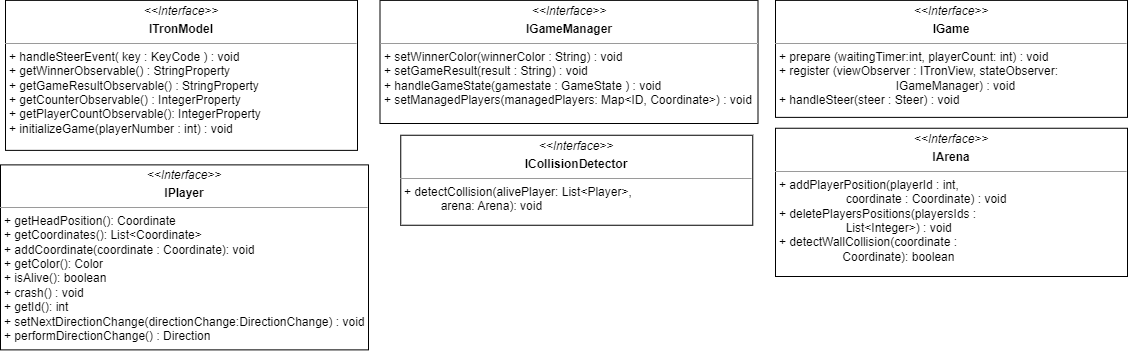
The draw.io diagram Dokumentation/App/diagrams/bs_layer3_model_interfaces.png in sckoenig/Distributed-Tron, before a commit. Source tidied: cells renumbered, new cells last; positions are measured from the earlier drawing's top-left corner, leaving out a move shared by most shapes.
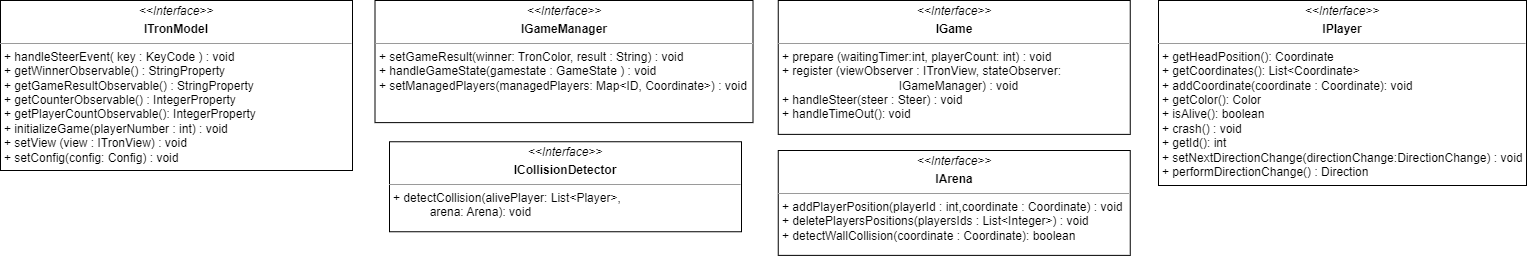
Later version of the same file.

Change to the diagram source:
```diff
@@ -3,22 +3,22 @@
     <mxCell id="0" />
     <mxCell id="1" parent="0" />
     <mxCell id="2" value="&lt;p style=&quot;margin:0px;margin-top:4px;text-align:center;&quot;&gt;&lt;i&gt;&amp;lt;&amp;lt;Interface&lt;/i&gt;&lt;i style=&quot;background-color: initial;&quot;&gt;&amp;gt;&amp;gt;&lt;/i&gt;&lt;/p&gt;&lt;p style=&quot;margin:0px;margin-top:4px;text-align:center;&quot;&gt;&lt;b&gt;IPlayer&lt;/b&gt;&lt;/p&gt;&lt;hr size=&quot;1&quot;&gt;&lt;p style=&quot;margin: 0px 0px 0px 4px;&quot;&gt;+ getHeadPosition(): Coordinate&lt;br style=&quot;padding: 0px; margin: 0px;&quot;&gt;+ getCoordinates(): List&amp;lt;Coordinate&amp;gt;&lt;br style=&quot;padding: 0px; margin: 0px;&quot;&gt;+ addCoordinate(coordinate : Coordinate): void&lt;br style=&quot;padding: 0px; margin: 0px;&quot;&gt;+ getColor(): Color&lt;br style=&quot;padding: 0px; margin: 0px;&quot;&gt;+ isAlive(): boolean&lt;br style=&quot;padding: 0px; margin: 0px;&quot;&gt;+ crash() : void&lt;br style=&quot;padding: 0px; margin: 0px;&quot;&gt;+ getId(): int&lt;/p&gt;&lt;p style=&quot;margin: 0px 0px 0px 4px;&quot;&gt;+ setNextDirectionChange(directionChange:DirectionChange) : void&lt;br style=&quot;padding: 0px; margin: 0px;&quot;&gt;+ performDirectionChange() : Direction&lt;/p&gt;&lt;p style=&quot;margin: 0px 0px 0px 4px;&quot;&gt;&lt;br&gt;&lt;/p&gt;" style="verticalAlign=top;align=left;overflow=fill;fontSize=12;fontFamily=Helvetica;html=1;" parent="1" vertex="1">
-      <mxGeometry y="164.4" width="368" height="185" as="geometry" />
+      <mxGeometry x="1163" y="-37" width="368" height="185" as="geometry" />
     </mxCell>
     <mxCell id="3" value="&lt;p style=&quot;margin:0px;margin-top:4px;text-align:center;&quot;&gt;&lt;i&gt;&amp;lt;&amp;lt;Interface&lt;/i&gt;&lt;i style=&quot;background-color: initial;&quot;&gt;&amp;gt;&amp;gt;&lt;/i&gt;&lt;/p&gt;&lt;p style=&quot;margin:0px;margin-top:4px;text-align:center;&quot;&gt;&lt;b&gt;ICollisionDetector&lt;/b&gt;&lt;br&gt;&lt;/p&gt;&lt;hr size=&quot;1&quot;&gt;&lt;p style=&quot;margin: 0px 0px 0px 4px;&quot;&gt;+ detectCollision(alivePlayer: List&amp;lt;Player&amp;gt;,&amp;nbsp;&lt;/p&gt;&lt;p style=&quot;margin: 0px 0px 0px 4px;&quot;&gt;&amp;nbsp; &amp;nbsp; &amp;nbsp; &amp;nbsp; &amp;nbsp; &amp;nbsp;arena: Arena): void&lt;br&gt;&lt;/p&gt;&lt;p style=&quot;margin: 0px 0px 0px 4px;&quot;&gt;&lt;br&gt;&lt;/p&gt;" style="verticalAlign=top;align=left;overflow=fill;fontSize=12;fontFamily=Helvetica;html=1;" parent="1" vertex="1">
-      <mxGeometry x="400.2" y="134.8" width="352" height="90" as="geometry" />
+      <mxGeometry x="394" y="104.2" width="352" height="90" as="geometry" />
     </mxCell>
-    <mxCell id="4" value="&lt;p style=&quot;margin:0px;margin-top:4px;text-align:center;&quot;&gt;&lt;i&gt;&amp;lt;&amp;lt;Interface&lt;/i&gt;&lt;i style=&quot;background-color: initial;&quot;&gt;&amp;gt;&amp;gt;&lt;/i&gt;&lt;/p&gt;&lt;p style=&quot;margin:0px;margin-top:4px;text-align:center;&quot;&gt;&lt;b&gt;IArena&lt;/b&gt;&lt;/p&gt;&lt;hr size=&quot;1&quot;&gt;&lt;p style=&quot;margin: 0px 0px 0px 4px;&quot;&gt;+ addPlayerPosition(playerId : int,&lt;br style=&quot;padding: 0px; margin: 0px;&quot;&gt;&amp;nbsp; &amp;nbsp; &amp;nbsp; &amp;nbsp; &amp;nbsp; &amp;nbsp; &amp;nbsp; &amp;nbsp; &amp;nbsp; &amp;nbsp; coordinate : Coordinate) : void&lt;br style=&quot;padding: 0px; margin: 0px;&quot;&gt;+ deletePlayersPositions(playersIds :&amp;nbsp;&lt;/p&gt;&lt;p style=&quot;margin: 0px 0px 0px 4px;&quot;&gt;&amp;nbsp; &amp;nbsp; &amp;nbsp; &amp;nbsp; &amp;nbsp; &amp;nbsp; &amp;nbsp; &amp;nbsp; &amp;nbsp; &amp;nbsp; List&amp;lt;Integer&amp;gt;) : void&lt;br style=&quot;padding: 0px; margin: 0px;&quot;&gt;+ detectWallCollision(coordinate :&amp;nbsp;&lt;/p&gt;&lt;p style=&quot;margin: 0px 0px 0px 4px;&quot;&gt;&amp;nbsp; &amp;nbsp; &amp;nbsp; &amp;nbsp; &amp;nbsp; &amp;nbsp; &amp;nbsp; &amp;nbsp; &amp;nbsp; &amp;nbsp;Coordinate): boolean&lt;br&gt;&lt;/p&gt;" style="verticalAlign=top;align=left;overflow=fill;fontSize=12;fontFamily=Helvetica;html=1;" parent="1" vertex="1">
-      <mxGeometry x="775" y="127.8" width="352" height="148.2" as="geometry" />
+    <mxCell id="4" value="&lt;p style=&quot;margin:0px;margin-top:4px;text-align:center;&quot;&gt;&lt;i&gt;&amp;lt;&amp;lt;Interface&lt;/i&gt;&lt;i style=&quot;background-color: initial;&quot;&gt;&amp;gt;&amp;gt;&lt;/i&gt;&lt;/p&gt;&lt;p style=&quot;margin:0px;margin-top:4px;text-align:center;&quot;&gt;&lt;b&gt;IArena&lt;/b&gt;&lt;/p&gt;&lt;hr size=&quot;1&quot;&gt;&lt;p style=&quot;margin: 0px 0px 0px 4px;&quot;&gt;+ addPlayerPosition(playerId : int,coordinate : Coordinate) : void&lt;br style=&quot;padding: 0px; margin: 0px;&quot;&gt;+ deletePlayersPositions(playersIds :&amp;nbsp;&lt;span style=&quot;background-color: initial;&quot;&gt;List&amp;lt;Integer&amp;gt;) : void&lt;/span&gt;&lt;/p&gt;&lt;p style=&quot;margin: 0px 0px 0px 4px;&quot;&gt;+ detectWallCollision(coordinate :&amp;nbsp;&lt;span style=&quot;background-color: initial;&quot;&gt;Coordinate): boolean&lt;/span&gt;&lt;/p&gt;" style="verticalAlign=top;align=left;overflow=fill;fontSize=12;fontFamily=Helvetica;html=1;" parent="1" vertex="1">
+      <mxGeometry x="782.8" y="113" width="352" height="104.9" as="geometry" />
     </mxCell>
-    <mxCell id="5" value="&lt;p style=&quot;margin:0px;margin-top:4px;text-align:center;&quot;&gt;&lt;i&gt;&amp;lt;&amp;lt;Interface&lt;/i&gt;&lt;i style=&quot;background-color: initial;&quot;&gt;&amp;gt;&amp;gt;&lt;/i&gt;&lt;/p&gt;&lt;p style=&quot;margin:0px;margin-top:4px;text-align:center;&quot;&gt;&lt;b&gt;IGame&lt;/b&gt;&lt;/p&gt;&lt;hr size=&quot;1&quot;&gt;&lt;p style=&quot;margin:0px;margin-left:4px;&quot;&gt;+ prepare (waitingTimer:int,&amp;nbsp;&lt;span style=&quot;background-color: initial;&quot;&gt;playerCount: int) : void&lt;/span&gt;&lt;/p&gt;&lt;p style=&quot;margin:0px;margin-left:4px;&quot;&gt;+ register (viewObserver : ITronView, stateObserver:&amp;nbsp;&lt;/p&gt;&lt;p style=&quot;margin:0px;margin-left:4px;&quot;&gt;&amp;nbsp; &amp;nbsp; &amp;nbsp; &amp;nbsp; &amp;nbsp; &amp;nbsp; &amp;nbsp; &amp;nbsp; &amp;nbsp; &amp;nbsp; &amp;nbsp; &amp;nbsp; &amp;nbsp; &amp;nbsp; &amp;nbsp; &amp;nbsp; &amp;nbsp; &amp;nbsp;IGameManager) : void&lt;br&gt;&lt;/p&gt;&lt;p style=&quot;margin:0px;margin-left:4px;&quot;&gt;+ &lt;span style=&quot;background-color: initial;&quot;&gt;handleSteer(steer : Steer) : void&lt;/span&gt;&lt;/p&gt;" style="verticalAlign=top;align=left;overflow=fill;fontSize=12;fontFamily=Helvetica;html=1;" parent="1" vertex="1">
-      <mxGeometry x="775" y="-0.1" width="352" height="117" as="geometry" />
+    <mxCell id="5" value="&lt;p style=&quot;margin:0px;margin-top:4px;text-align:center;&quot;&gt;&lt;i&gt;&amp;lt;&amp;lt;Interface&lt;/i&gt;&lt;i style=&quot;background-color: initial;&quot;&gt;&amp;gt;&amp;gt;&lt;/i&gt;&lt;/p&gt;&lt;p style=&quot;margin:0px;margin-top:4px;text-align:center;&quot;&gt;&lt;b&gt;IGame&lt;/b&gt;&lt;/p&gt;&lt;hr size=&quot;1&quot;&gt;&lt;p style=&quot;margin:0px;margin-left:4px;&quot;&gt;+ prepare (waitingTimer:int,&amp;nbsp;&lt;span style=&quot;background-color: initial;&quot;&gt;playerCount: int) : void&lt;/span&gt;&lt;/p&gt;&lt;p style=&quot;margin:0px;margin-left:4px;&quot;&gt;+ register (viewObserver : ITronView, stateObserver:&amp;nbsp;&lt;/p&gt;&lt;p style=&quot;margin:0px;margin-left:4px;&quot;&gt;&amp;nbsp; &amp;nbsp; &amp;nbsp; &amp;nbsp; &amp;nbsp; &amp;nbsp; &amp;nbsp; &amp;nbsp; &amp;nbsp; &amp;nbsp; &amp;nbsp; &amp;nbsp; &amp;nbsp; &amp;nbsp; &amp;nbsp; &amp;nbsp; &amp;nbsp; &amp;nbsp;IGameManager) : void&lt;br&gt;&lt;/p&gt;&lt;p style=&quot;margin:0px;margin-left:4px;&quot;&gt;+ &lt;span style=&quot;background-color: initial;&quot;&gt;handleSteer(steer : Steer) : void&lt;/span&gt;&lt;/p&gt;&lt;p style=&quot;margin:0px;margin-left:4px;&quot;&gt;&lt;span style=&quot;background-color: initial;&quot;&gt;+ handleTimeOut(): void&lt;/span&gt;&lt;/p&gt;" style="verticalAlign=top;align=left;overflow=fill;fontSize=12;fontFamily=Helvetica;html=1;" parent="1" vertex="1">
+      <mxGeometry x="782.8" y="-37" width="352" height="133.9" as="geometry" />
     </mxCell>
-    <mxCell id="6" value="&lt;p style=&quot;margin:0px;margin-top:4px;text-align:center;&quot;&gt;&lt;i&gt;&amp;lt;&amp;lt;Interface&lt;/i&gt;&lt;i style=&quot;background-color: initial;&quot;&gt;&amp;gt;&amp;gt;&lt;/i&gt;&lt;/p&gt;&lt;p style=&quot;margin:0px;margin-top:4px;text-align:center;&quot;&gt;&lt;b&gt;ITronModel&lt;/b&gt;&lt;/p&gt;&lt;hr size=&quot;1&quot;&gt;&lt;p style=&quot;margin:0px;margin-left:4px;&quot;&gt;&lt;span style=&quot;background-color: initial;&quot;&gt;+ handleSteerEvent( key : KeyCode ) : void&lt;/span&gt;&lt;br&gt;&lt;/p&gt;&lt;p style=&quot;margin:0px;margin-left:4px;&quot;&gt;&lt;span style=&quot;background-color: initial;&quot;&gt;+ getWinnerObservable() : StringProperty&lt;/span&gt;&lt;br&gt;&lt;/p&gt;&lt;p style=&quot;margin:0px;margin-left:4px;&quot;&gt;+ getGameResultObservable() : StringProperty&lt;/p&gt;&lt;p style=&quot;margin:0px;margin-left:4px;&quot;&gt;+ getCounterObservable() : IntegerProperty&lt;/p&gt;&lt;p style=&quot;margin:0px;margin-left:4px;&quot;&gt;+ getPlayerCountObservable(): IntegerProperty&lt;/p&gt;&lt;p style=&quot;margin:0px;margin-left:4px;&quot;&gt;+ initializeGame(playerNumber : int) : void&lt;/p&gt;" style="verticalAlign=top;align=left;overflow=fill;fontSize=12;fontFamily=Helvetica;html=1;" parent="1" vertex="1">
-      <mxGeometry x="5" y="-0.1" width="352" height="150" as="geometry" />
+    <mxCell id="6" value="&lt;p style=&quot;margin:0px;margin-top:4px;text-align:center;&quot;&gt;&lt;i&gt;&amp;lt;&amp;lt;Interface&lt;/i&gt;&lt;i style=&quot;background-color: initial;&quot;&gt;&amp;gt;&amp;gt;&lt;/i&gt;&lt;/p&gt;&lt;p style=&quot;margin:0px;margin-top:4px;text-align:center;&quot;&gt;&lt;b&gt;ITronModel&lt;/b&gt;&lt;/p&gt;&lt;hr size=&quot;1&quot;&gt;&lt;p style=&quot;margin:0px;margin-left:4px;&quot;&gt;&lt;span style=&quot;background-color: initial;&quot;&gt;+ handleSteerEvent( key : KeyCode ) : void&lt;/span&gt;&lt;br&gt;&lt;/p&gt;&lt;p style=&quot;margin:0px;margin-left:4px;&quot;&gt;&lt;span style=&quot;background-color: initial;&quot;&gt;+ getWinnerObservable() : StringProperty&lt;/span&gt;&lt;br&gt;&lt;/p&gt;&lt;p style=&quot;margin:0px;margin-left:4px;&quot;&gt;+ getGameResultObservable() : StringProperty&lt;/p&gt;&lt;p style=&quot;margin:0px;margin-left:4px;&quot;&gt;+ getCounterObservable() : IntegerProperty&lt;/p&gt;&lt;p style=&quot;margin:0px;margin-left:4px;&quot;&gt;+ getPlayerCountObservable(): IntegerProperty&lt;/p&gt;&lt;p style=&quot;margin:0px;margin-left:4px;&quot;&gt;+ initializeGame(playerNumber : int) : void&lt;/p&gt;&lt;p style=&quot;margin:0px;margin-left:4px;&quot;&gt;&lt;span style=&quot;background-color: initial;&quot;&gt;+ setView (view : ITronView) : void&lt;/span&gt;&lt;/p&gt;&lt;p style=&quot;margin: 0px 0px 0px 4px;&quot;&gt;+ setConfig(config: Config) : void&lt;/p&gt;" style="verticalAlign=top;align=left;overflow=fill;fontSize=12;fontFamily=Helvetica;html=1;" parent="1" vertex="1">
+      <mxGeometry x="5" y="-37" width="352" height="170" as="geometry" />
     </mxCell>
-    <mxCell id="7" value="&lt;p style=&quot;margin:0px;margin-top:4px;text-align:center;&quot;&gt;&lt;i&gt;&amp;lt;&amp;lt;Interface&lt;/i&gt;&lt;i style=&quot;background-color: initial;&quot;&gt;&amp;gt;&amp;gt;&lt;/i&gt;&lt;/p&gt;&lt;p style=&quot;margin:0px;margin-top:4px;text-align:center;&quot;&gt;&lt;b&gt;IGameManager&lt;/b&gt;&lt;/p&gt;&lt;hr size=&quot;1&quot;&gt;&lt;p style=&quot;margin: 0px 0px 0px 4px;&quot;&gt;+ setWinnerColor(winnerColor : String) : void&lt;br style=&quot;padding: 0px; margin: 0px;&quot;&gt;+ setGameResult(result : String) : void&lt;/p&gt;&lt;p style=&quot;margin:0px;margin-left:4px;&quot;&gt;+ handleGameState(gamestate : GameState ) : void&lt;br&gt;&lt;/p&gt;&lt;p style=&quot;margin:0px;margin-left:4px;&quot;&gt;+ setManagedPlayers(managedPlayers: Map&amp;lt;ID, Coordinate&amp;gt;) : void&lt;/p&gt;" style="verticalAlign=top;align=left;overflow=fill;fontSize=12;fontFamily=Helvetica;html=1;" parent="1" vertex="1">
-      <mxGeometry x="379.5" y="-0.1" width="378" height="123.1" as="geometry" />
+    <mxCell id="7" value="&lt;p style=&quot;margin:0px;margin-top:4px;text-align:center;&quot;&gt;&lt;i&gt;&amp;lt;&amp;lt;Interface&lt;/i&gt;&lt;i style=&quot;background-color: initial;&quot;&gt;&amp;gt;&amp;gt;&lt;/i&gt;&lt;/p&gt;&lt;p style=&quot;margin:0px;margin-top:4px;text-align:center;&quot;&gt;&lt;b&gt;IGameManager&lt;/b&gt;&lt;/p&gt;&lt;hr size=&quot;1&quot;&gt;&lt;p style=&quot;margin: 0px 0px 0px 4px;&quot;&gt;+ setGameResult(winner: TronColor, result : String) : void&lt;/p&gt;&lt;p style=&quot;margin:0px;margin-left:4px;&quot;&gt;+ handleGameState(gamestate : GameState ) : void&lt;br&gt;&lt;/p&gt;&lt;p style=&quot;margin:0px;margin-left:4px;&quot;&gt;+ setManagedPlayers(managedPlayers: Map&amp;lt;ID, Coordinate&amp;gt;) : void&lt;/p&gt;&lt;p style=&quot;margin:0px;margin-left:4px;&quot;&gt;&lt;br&gt;&lt;/p&gt;" style="verticalAlign=top;align=left;overflow=fill;fontSize=12;fontFamily=Helvetica;html=1;" parent="1" vertex="1">
+      <mxGeometry x="379.5" y="-37" width="378" height="122.1" as="geometry" />
     </mxCell>
   </root>
 </mxGraphModel>
```
